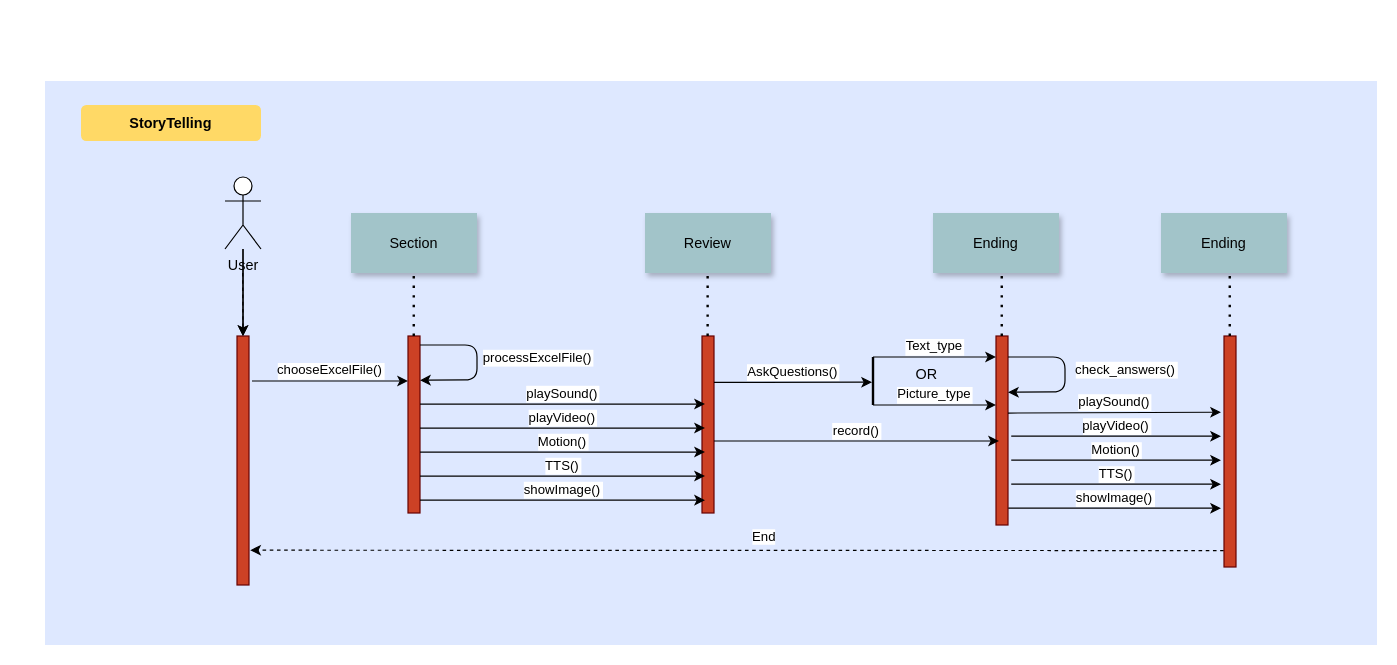
Above: page "Page-3" (3 of 7) of Untitled Diagram.drawio in chewwwyong/dosomethingexcel (draw.io), before the change. Source tidied: cells renumbered, new cells numbered last; positions are measured from the earlier drawing's top-left corner, leaving out a move shared by most shapes. Both pictures are drawn from the tidied source at 120%, with x=0, y=0 at pixel (44, 80).
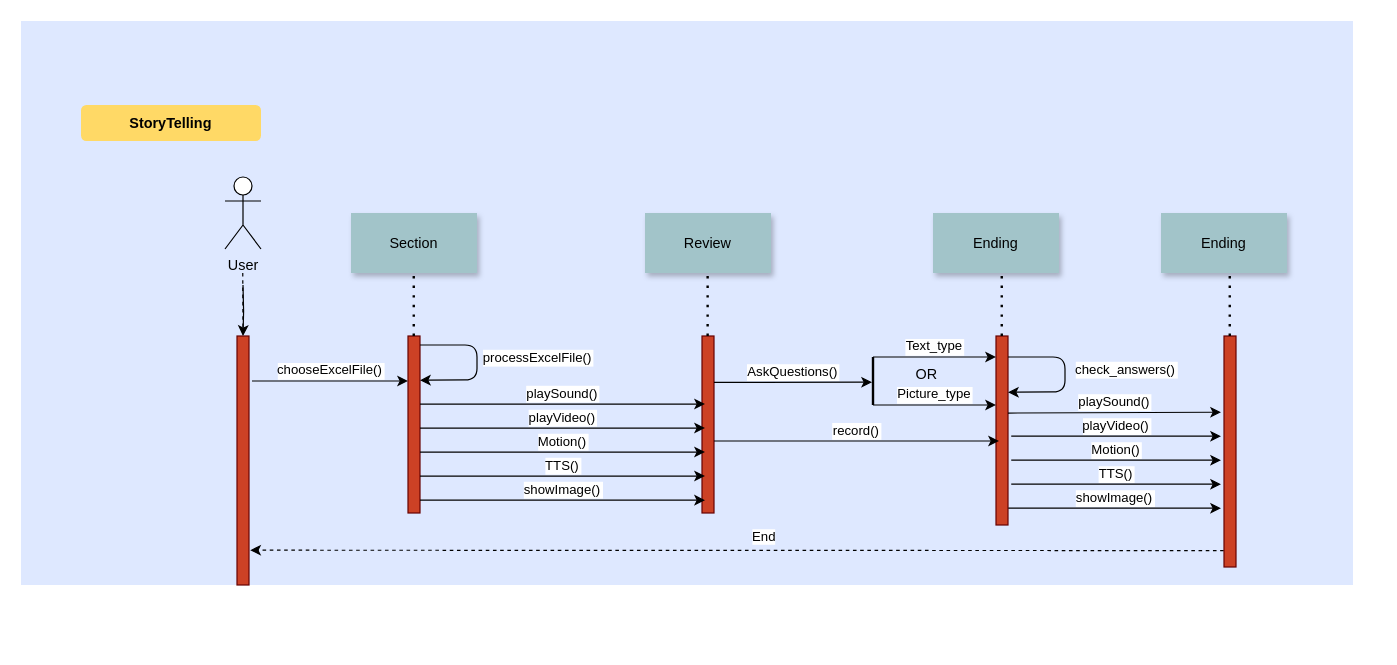
The same diagram, later.

The change refers to these unchanged cells:
```xml
<mxCell id="3" style="fillColor=#CC4125;strokeColor=#660000;" parent="1" vertex="1">
  <mxGeometry x="160" y="212.5" width="10" height="207.5" as="geometry" />
</mxCell>
<mxCell id="15" value="User" style="shape=umlActor;verticalLabelPosition=bottom;verticalAlign=top;html=1;outlineConnect=0;rotation=0;" parent="1" vertex="1">
  <mxGeometry x="150" y="80" width="30" height="60" as="geometry" />
</mxCell>
```

The edit, as a diff of the source:
```diff
@@
     <mxCell id="2" style="fillColor=#DEE8FF;strokeColor=none;" parent="1" vertex="1">
-      <mxGeometry width="1110" height="470" as="geometry" />
+      <mxGeometry x="-20" y="-50" width="1110" height="470" as="geometry" />
     </mxCell>
@@
     <mxCell id="11" style="edgeStyle=elbowEdgeStyle;elbow=horizontal;endArrow=none;dashed=1;" parent="1" edge="1" target="3">
       <mxGeometry x="230" y="310" as="geometry">
         <mxPoint x="164.8" y="160" as="sourcePoint" />
+        <Array as="points">
+          <mxPoint x="165" y="170" />
+        </Array>
       </mxGeometry>
     </mxCell>
@@
-    <mxCell id="13" style="edgeStyle=orthogonalEdgeStyle;rounded=0;jettySize=auto;html=1;" parent="1" edge="1" source="15" target="3">
-      <mxGeometry relative="1" as="geometry" />
-    </mxCell>
-    <mxCell id="14" style="edgeStyle=orthogonalEdgeStyle;rounded=0;jettySize=auto;html=1;" parent="1" edge="1" source="15" target="3">
-      <mxGeometry relative="1" as="geometry" />
+    <mxCell id="14" style="edgeStyle=orthogonalEdgeStyle;rounded=0;jettySize=auto;html=1;" parent="1" edge="1" target="3">
+      <mxGeometry relative="1" as="geometry">
+        <mxPoint x="165" y="170" as="sourcePoint" />
+      </mxGeometry>
     </mxCell>
```
